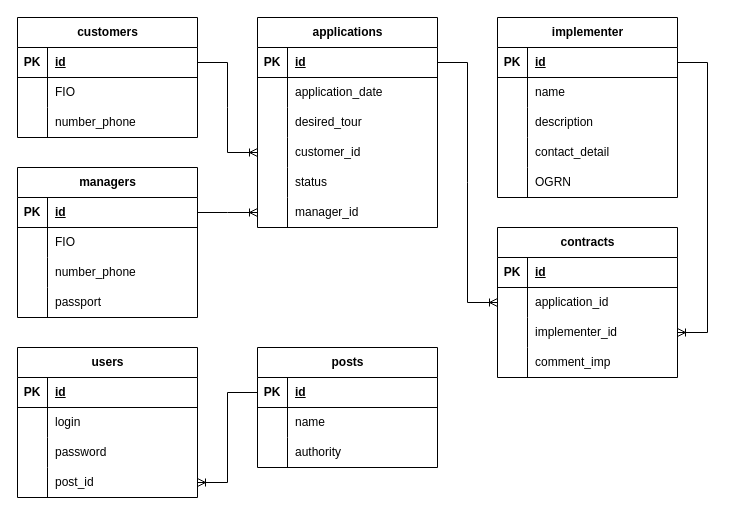
Earlier version of the draw.io diagram page "Страница — 2" (2 of 2) of docs/scheme/travelagency.drawio (qazvo/travel_agency). Source tidied: cells renumbered, new cells numbered last; positions are measured from the earlier drawing's top-left corner, leaving out a move shared by most shapes. Both pictures are drawn from the tidied source at 100%, with x=0, y=0 at pixel (17, 17).
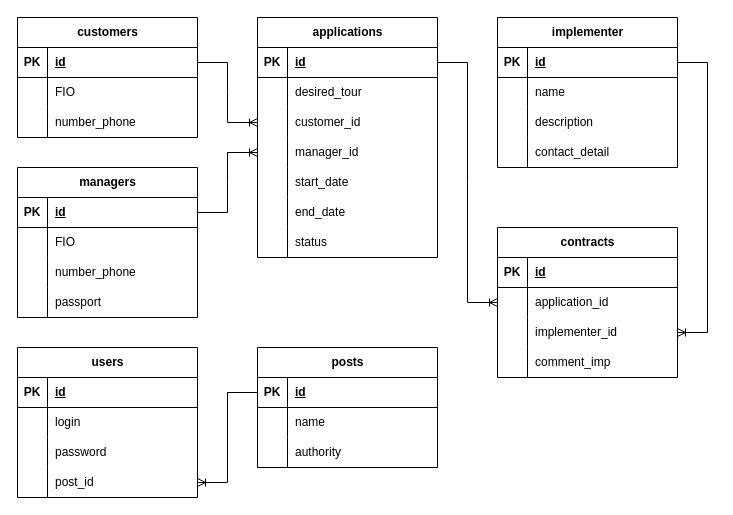
After the change.

The change refers to these unchanged cells:
```xml
<mxCell id="48" style="shape=tableRow;horizontal=0;startSize=0;swimlaneHead=0;swimlaneBody=0;fillColor=none;points=[[0,0.5],[1,0.5]];portConstraint=eastwest;top=0;left=0;right=0;bottom=1;" parent="47" vertex="1">
  <mxGeometry y="30" width="180" height="30" as="geometry" />
</mxCell>
```

Change to the diagram source:
```diff
@@
     <mxCell id="2" value="applications" style="shape=table;startSize=30;childLayout=tableLayout;rowLines=0;fontStyle=1;align=center;html=1;" parent="1" vertex="1">
-      <mxGeometry x="240" width="180" height="210" as="geometry" />
+      <mxGeometry x="240" width="180" height="240" as="geometry" />
     </mxCell>
@@
-    <mxCell id="6" style="shape=tableRow;horizontal=0;startSize=0;swimlaneHead=0;swimlaneBody=0;fillColor=none;top=0;left=0;right=0;bottom=0;" parent="2" vertex="1">
-      <mxGeometry y="60" width="180" height="30" as="geometry" />
-    </mxCell>
-    <mxCell id="7" style="shape=partialRectangle;fillColor=none;top=0;left=0;bottom=0;right=0;overflow=hidden;whiteSpace=wrap;html=1;" parent="6" vertex="1">
-      <mxGeometry width="30" height="30" as="geometry" />
-    </mxCell>
-    <mxCell id="8" value="application_date" style="shape=partialRectangle;fillColor=none;top=0;left=0;bottom=0;right=0;align=left;spacingLeft=6;overflow=hidden;whiteSpace=wrap;html=1;" parent="6" vertex="1">
-      <mxGeometry x="30" width="150" height="30" as="geometry" />
-    </mxCell>
     <mxCell id="9" style="shape=tableRow;horizontal=0;startSize=0;swimlaneHead=0;swimlaneBody=0;fillColor=none;top=0;left=0;right=0;bottom=0;" parent="2" vertex="1">
-      <mxGeometry y="90" width="180" height="30" as="geometry" />
+      <mxGeometry y="60" width="180" height="30" as="geometry" />
     </mxCell>
@@
     <mxCell id="12" style="shape=tableRow;horizontal=0;startSize=0;swimlaneHead=0;swimlaneBody=0;fillColor=none;points=[[0,0.5],[1,0.5]];portConstraint=eastwest;top=0;left=0;right=0;bottom=0;" parent="2" vertex="1">
-      <mxGeometry y="120" width="180" height="30" as="geometry" />
+      <mxGeometry y="90" width="180" height="30" as="geometry" />
     </mxCell>
@@
     <mxCell id="15" style="shape=tableRow;horizontal=0;startSize=0;swimlaneHead=0;swimlaneBody=0;fillColor=none;points=[[0,0.5],[1,0.5]];portConstraint=eastwest;top=0;left=0;right=0;bottom=0;" parent="2" vertex="1">
-      <mxGeometry y="150" width="180" height="30" as="geometry" />
+      <mxGeometry y="120" width="180" height="30" as="geometry" />
     </mxCell>
@@
-    <mxCell id="17" value="status" style="shape=partialRectangle;fillColor=none;top=0;left=0;bottom=0;right=0;align=left;spacingLeft=6;overflow=hidden;whiteSpace=wrap;html=1;" parent="15" vertex="1">
+    <mxCell id="17" value="manager_id" style="shape=partialRectangle;fillColor=none;top=0;left=0;bottom=0;right=0;align=left;spacingLeft=6;overflow=hidden;whiteSpace=wrap;html=1;" parent="15" vertex="1">
       <mxGeometry x="30" width="150" height="30" as="geometry" />
     </mxCell>
     <mxCell id="18" style="shape=tableRow;horizontal=0;startSize=0;swimlaneHead=0;swimlaneBody=0;fillColor=none;points=[[0,0.5],[1,0.5]];portConstraint=eastwest;top=0;left=0;right=0;bottom=0;" parent="2" vertex="1">
-      <mxGeometry y="180" width="180" height="30" as="geometry" />
+      <mxGeometry y="150" width="180" height="30" as="geometry" />
     </mxCell>
@@
-    <mxCell id="20" value="manager_id" style="shape=partialRectangle;fillColor=none;top=0;left=0;bottom=0;right=0;align=left;spacingLeft=6;overflow=hidden;whiteSpace=wrap;html=1;" parent="18" vertex="1">
+    <mxCell id="20" value="start_date" style="shape=partialRectangle;fillColor=none;top=0;left=0;bottom=0;right=0;align=left;spacingLeft=6;overflow=hidden;whiteSpace=wrap;html=1;" parent="18" vertex="1">
       <mxGeometry x="30" width="150" height="30" as="geometry" />
     </mxCell>
+    <mxCell id="101" style="shape=tableRow;horizontal=0;startSize=0;swimlaneHead=0;swimlaneBody=0;fillColor=none;top=0;left=0;right=0;bottom=0;" parent="2" vertex="1">
+      <mxGeometry y="180" width="180" height="30" as="geometry" />
+    </mxCell>
+    <mxCell id="102" style="shape=partialRectangle;fillColor=none;top=0;left=0;bottom=0;right=0;overflow=hidden;whiteSpace=wrap;html=1;" parent="101" vertex="1">
+      <mxGeometry width="30" height="30" as="geometry" />
+    </mxCell>
+    <mxCell id="103" value="end_date" style="shape=partialRectangle;fillColor=none;top=0;left=0;bottom=0;right=0;align=left;spacingLeft=6;overflow=hidden;whiteSpace=wrap;html=1;" parent="101" vertex="1">
+      <mxGeometry x="30" width="150" height="30" as="geometry" />
+    </mxCell>
+    <mxCell id="104" style="shape=tableRow;horizontal=0;startSize=0;swimlaneHead=0;swimlaneBody=0;fillColor=none;top=0;left=0;right=0;bottom=0;" parent="2" vertex="1">
+      <mxGeometry y="210" width="180" height="30" as="geometry" />
+    </mxCell>
+    <mxCell id="105" style="shape=partialRectangle;fillColor=none;top=0;left=0;bottom=0;right=0;overflow=hidden;whiteSpace=wrap;html=1;" parent="104" vertex="1">
+      <mxGeometry width="30" height="30" as="geometry" />
+    </mxCell>
+    <mxCell id="106" value="status" style="shape=partialRectangle;fillColor=none;top=0;left=0;bottom=0;right=0;align=left;spacingLeft=6;overflow=hidden;whiteSpace=wrap;html=1;" parent="104" vertex="1">
+      <mxGeometry x="30" width="150" height="30" as="geometry" />
+    </mxCell>
@@
     <mxCell id="31" value="implementer" style="shape=table;startSize=30;childLayout=tableLayout;rowLines=0;fontStyle=1;align=center;html=1;" parent="1" vertex="1">
-      <mxGeometry x="480" width="180" height="180" as="geometry" />
+      <mxGeometry x="480" width="180" height="150" as="geometry" />
     </mxCell>
@@
-    <mxCell id="44" style="shape=tableRow;horizontal=0;startSize=0;swimlaneHead=0;swimlaneBody=0;fillColor=none;top=0;left=0;right=0;bottom=0;" parent="31" vertex="1">
-      <mxGeometry y="150" width="180" height="30" as="geometry" />
-    </mxCell>
-    <mxCell id="45" style="shape=partialRectangle;fillColor=none;top=0;left=0;bottom=0;right=0;overflow=hidden;whiteSpace=wrap;html=1;" parent="44" vertex="1">
-      <mxGeometry width="30" height="30" as="geometry" />
-    </mxCell>
-    <mxCell id="46" value="OGRN" style="shape=partialRectangle;fillColor=none;top=0;left=0;bottom=0;right=0;align=left;spacingLeft=6;overflow=hidden;whiteSpace=wrap;html=1;" parent="44" vertex="1">
-      <mxGeometry x="30" width="150" height="30" as="geometry" />
-    </mxCell>
@@
-    <mxCell id="84" style="edgeStyle=entityRelationEdgeStyle;fontSize=12;html=1;endArrow=ERoneToMany;rounded=0;exitX=1;exitY=0.5;exitDx=0;exitDy=0;entryX=0;entryY=0.5;entryDx=0;entryDy=0;" parent="1" edge="1" source="48" target="18">
+    <mxCell id="84" style="edgeStyle=entityRelationEdgeStyle;fontSize=12;html=1;endArrow=ERoneToMany;rounded=0;exitX=1;exitY=0.5;exitDx=0;exitDy=0;entryX=0;entryY=0.5;entryDx=0;entryDy=0;" parent="1" edge="1" source="48" target="15">
       <mxGeometry relative="1" as="geometry" />
     </mxCell>
```
